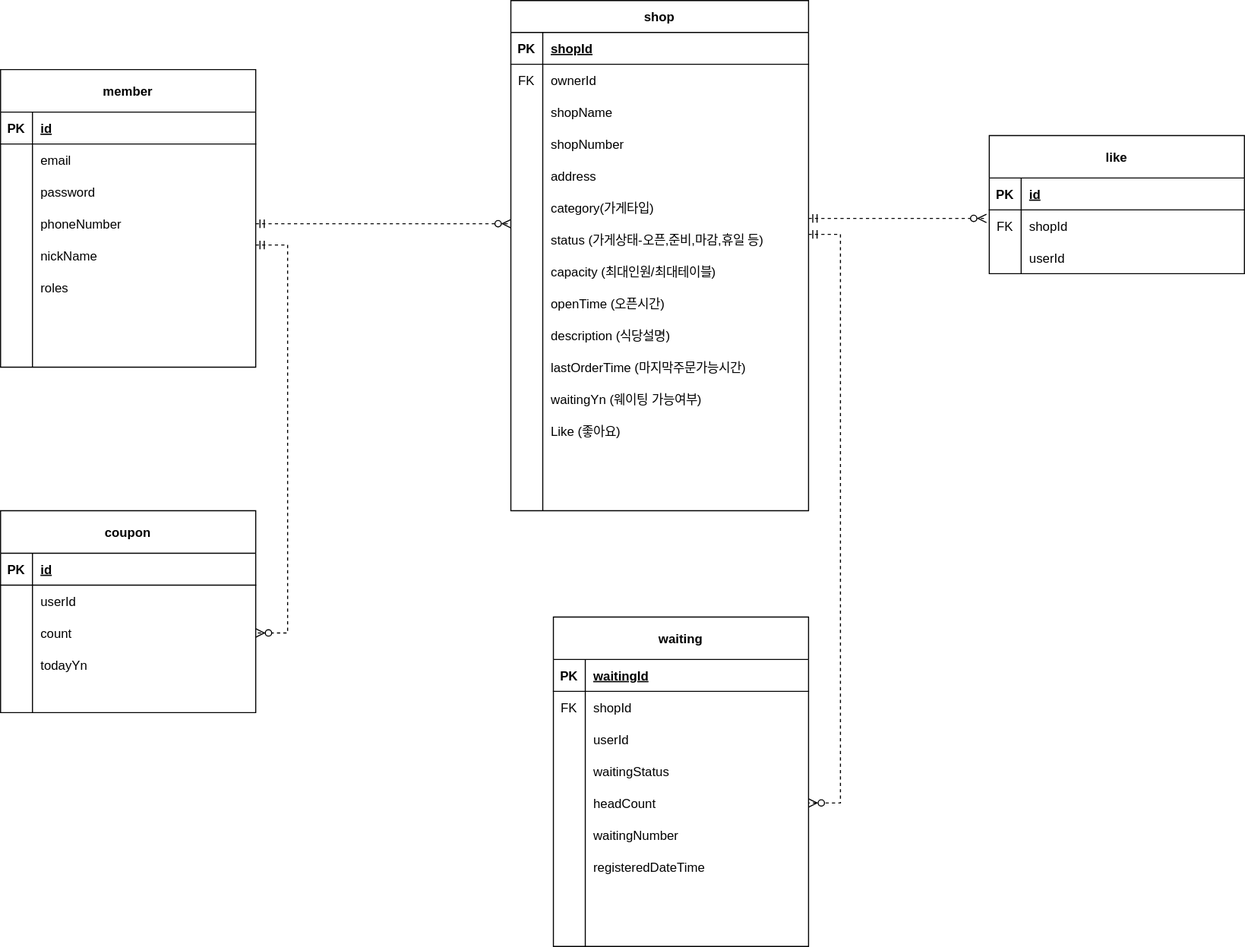
The draw.io diagram document/reservetable-erd.svg in hyerinnn/reservetable, before a commit. Source tidied: cells renumbered, new cells last; positions are measured from the earlier drawing's top-left corner, leaving out a move shared by most shapes.
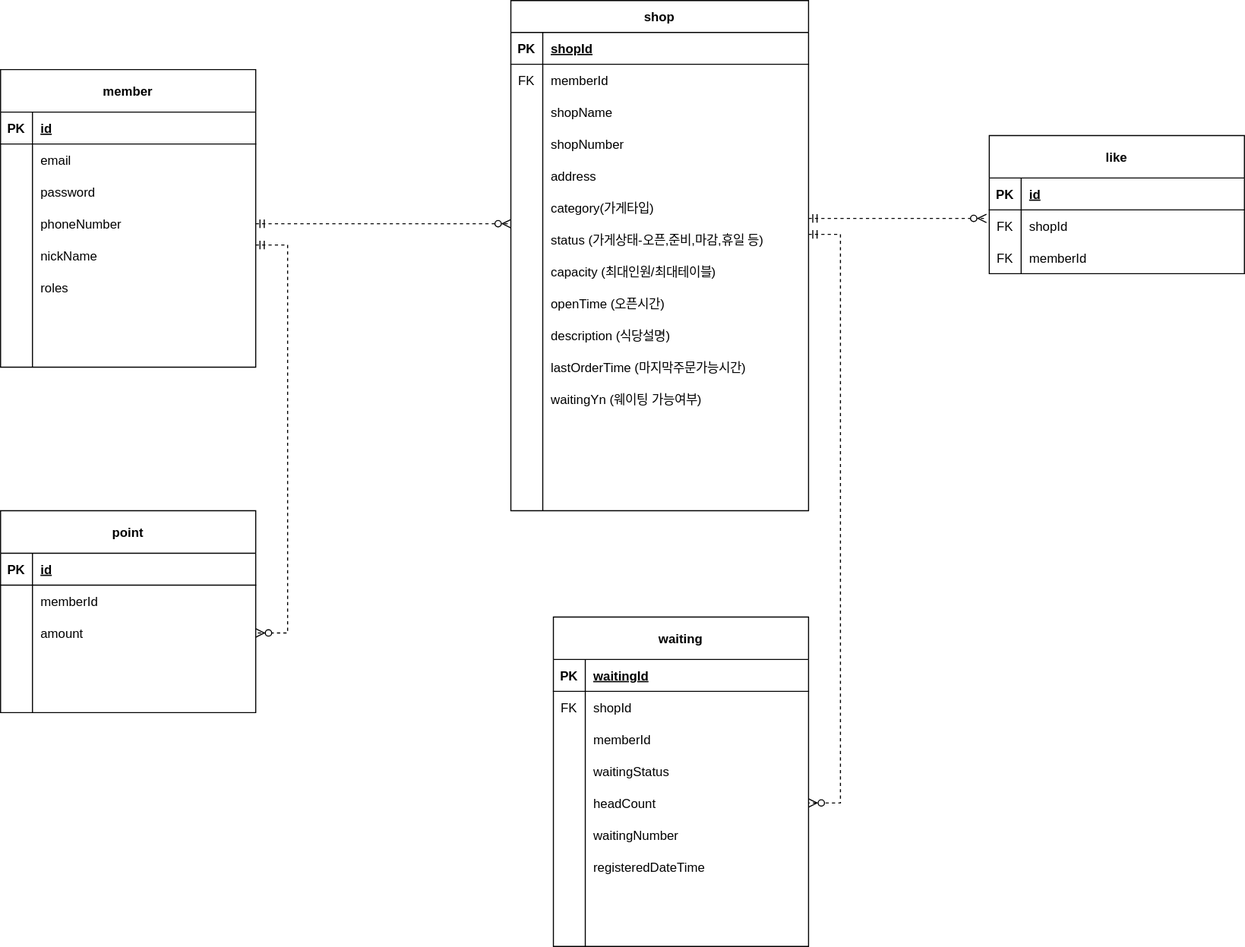
After the commit.

Diff of the diagram source:
```diff
@@ -95,7 +95,7 @@
     <mxCell id="32" value="FK" style="shape=partialRectangle;overflow=hidden;fillColor=none;top=0;left=0;bottom=0;right=0;" parent="31" vertex="1">
       <mxGeometry width="30" height="30" as="geometry" />
     </mxCell>
-    <mxCell id="33" value="ownerId " style="shape=partialRectangle;overflow=hidden;fillColor=none;top=0;left=0;bottom=0;right=0;align=left;spacingLeft=6;" parent="31" vertex="1">
+    <mxCell id="33" value="memberId" style="shape=partialRectangle;overflow=hidden;fillColor=none;top=0;left=0;bottom=0;right=0;align=left;spacingLeft=6;" parent="31" vertex="1">
       <mxGeometry x="30" width="250" height="30" as="geometry" />
     </mxCell>
     <mxCell id="34" style="shape=partialRectangle;fillColor=none;top=0;left=0;right=0;bottom=0;" parent="27" vertex="1">
@@ -194,7 +194,7 @@
     <mxCell id="65" style="shape=partialRectangle;overflow=hidden;fillColor=none;top=0;left=0;bottom=0;right=0;" parent="64" vertex="1">
       <mxGeometry width="30" height="30" as="geometry" />
     </mxCell>
-    <mxCell id="66" value="Like (좋아요)" style="shape=partialRectangle;overflow=hidden;fillColor=none;top=0;left=0;bottom=0;right=0;align=left;spacingLeft=6;" parent="64" vertex="1">
+    <mxCell id="66" style="shape=partialRectangle;overflow=hidden;fillColor=none;top=0;left=0;bottom=0;right=0;align=left;spacingLeft=6;" parent="64" vertex="1">
       <mxGeometry x="30" width="250" height="30" as="geometry" />
     </mxCell>
     <mxCell id="67" style="shape=partialRectangle;fillColor=none;top=0;left=0;right=0;bottom=0;" parent="27" vertex="1">
@@ -223,7 +223,7 @@
         </Array>
       </mxGeometry>
     </mxCell>
-    <mxCell id="74" value="coupon" style="shape=table;startSize=40;rowLines=0;fontStyle=1;align=center;" parent="1" vertex="1">
+    <mxCell id="74" value="point" style="shape=table;startSize=40;rowLines=0;fontStyle=1;align=center;" parent="1" vertex="1">
       <mxGeometry y="480" width="240" height="190" as="geometry" />
     </mxCell>
     <mxCell id="75" style="shape=partialRectangle;fillColor=none;top=0;left=0;right=0;bottom=1;" parent="74" vertex="1">
@@ -241,7 +241,7 @@
     <mxCell id="79" style="shape=partialRectangle;overflow=hidden;fillColor=none;top=0;left=0;bottom=0;right=0;" parent="78" vertex="1">
       <mxGeometry width="30" height="30" as="geometry" />
     </mxCell>
-    <mxCell id="80" value="userId" style="shape=partialRectangle;overflow=hidden;fillColor=none;top=0;left=0;bottom=0;right=0;align=left;spacingLeft=6;" parent="78" vertex="1">
+    <mxCell id="80" value="memberId" style="shape=partialRectangle;overflow=hidden;fillColor=none;top=0;left=0;bottom=0;right=0;align=left;spacingLeft=6;" parent="78" vertex="1">
       <mxGeometry x="30" width="210" height="30" as="geometry" />
     </mxCell>
     <mxCell id="81" style="shape=partialRectangle;fillColor=none;points=[[0,0.5],[1,0.5]];portConstraint=eastwest;top=0;left=0;right=0;bottom=0;" parent="74" vertex="1">
@@ -250,7 +250,7 @@
     <mxCell id="82" style="shape=partialRectangle;overflow=hidden;fillColor=none;top=0;left=0;bottom=0;right=0;" parent="81" vertex="1">
       <mxGeometry width="30" height="30" as="geometry" />
     </mxCell>
-    <mxCell id="83" value="count" style="shape=partialRectangle;overflow=hidden;fillColor=none;top=0;left=0;bottom=0;right=0;align=left;spacingLeft=6;" parent="81" vertex="1">
+    <mxCell id="83" value="amount" style="shape=partialRectangle;overflow=hidden;fillColor=none;top=0;left=0;bottom=0;right=0;align=left;spacingLeft=6;" parent="81" vertex="1">
       <mxGeometry x="30" width="210" height="30" as="geometry" />
     </mxCell>
     <mxCell id="84" style="shape=partialRectangle;fillColor=none;top=0;left=0;right=0;bottom=0;" parent="74" vertex="1">
@@ -259,7 +259,7 @@
     <mxCell id="85" style="shape=partialRectangle;overflow=hidden;fillColor=none;top=0;left=0;bottom=0;right=0;" parent="84" vertex="1">
       <mxGeometry width="30" height="30" as="geometry" />
     </mxCell>
-    <mxCell id="86" value="todayYn" style="shape=partialRectangle;overflow=hidden;fillColor=none;top=0;left=0;bottom=0;right=0;align=left;spacingLeft=6;" parent="84" vertex="1">
+    <mxCell id="86" style="shape=partialRectangle;overflow=hidden;fillColor=none;top=0;left=0;bottom=0;right=0;align=left;spacingLeft=6;" parent="84" vertex="1">
       <mxGeometry x="30" width="210" height="30" as="geometry" />
     </mxCell>
     <mxCell id="87" style="shape=partialRectangle;fillColor=none;top=0;left=0;right=0;bottom=0;" parent="74" vertex="1">
@@ -298,7 +298,7 @@
     <mxCell id="98" style="shape=partialRectangle;overflow=hidden;fillColor=none;top=0;left=0;bottom=0;right=0;" parent="97" vertex="1">
       <mxGeometry width="30" height="30" as="geometry" />
     </mxCell>
-    <mxCell id="99" value="userId" style="shape=partialRectangle;overflow=hidden;fillColor=none;top=0;left=0;bottom=0;right=0;align=left;spacingLeft=6;" parent="97" vertex="1">
+    <mxCell id="99" value="memberId" style="shape=partialRectangle;overflow=hidden;fillColor=none;top=0;left=0;bottom=0;right=0;align=left;spacingLeft=6;" parent="97" vertex="1">
       <mxGeometry x="30" width="210" height="30" as="geometry" />
     </mxCell>
     <mxCell id="100" style="shape=partialRectangle;fillColor=none;top=0;left=0;right=0;bottom=0;" parent="90" vertex="1">
@@ -387,10 +387,10 @@
     <mxCell id="126" style="shape=partialRectangle;fillColor=none;top=0;left=0;right=0;bottom=0;" parent="119" vertex="1">
       <mxGeometry y="100" width="240" height="30" as="geometry" />
     </mxCell>
-    <mxCell id="127" style="shape=partialRectangle;overflow=hidden;fillColor=none;top=0;left=0;bottom=0;right=0;" parent="126" vertex="1">
+    <mxCell id="127" value="FK" style="shape=partialRectangle;overflow=hidden;fillColor=none;top=0;left=0;bottom=0;right=0;" parent="126" vertex="1">
       <mxGeometry width="30" height="30" as="geometry" />
     </mxCell>
-    <mxCell id="128" value="userId" style="shape=partialRectangle;overflow=hidden;fillColor=none;top=0;left=0;bottom=0;right=0;align=left;spacingLeft=6;" parent="126" vertex="1">
+    <mxCell id="128" value="memberId" style="shape=partialRectangle;overflow=hidden;fillColor=none;top=0;left=0;bottom=0;right=0;align=left;spacingLeft=6;" parent="126" vertex="1">
       <mxGeometry x="30" width="210" height="30" as="geometry" />
     </mxCell>
     <mxCell id="129" style="edgeStyle=entityRelationEdgeStyle;fontSize=12;html=1;endArrow=ERzeroToMany;startArrow=ERmandOne;rounded=0;entryX=1;entryY=0.5;entryDx=0;entryDy=0;dashed=1;" parent="1" edge="1" target="103">
```
